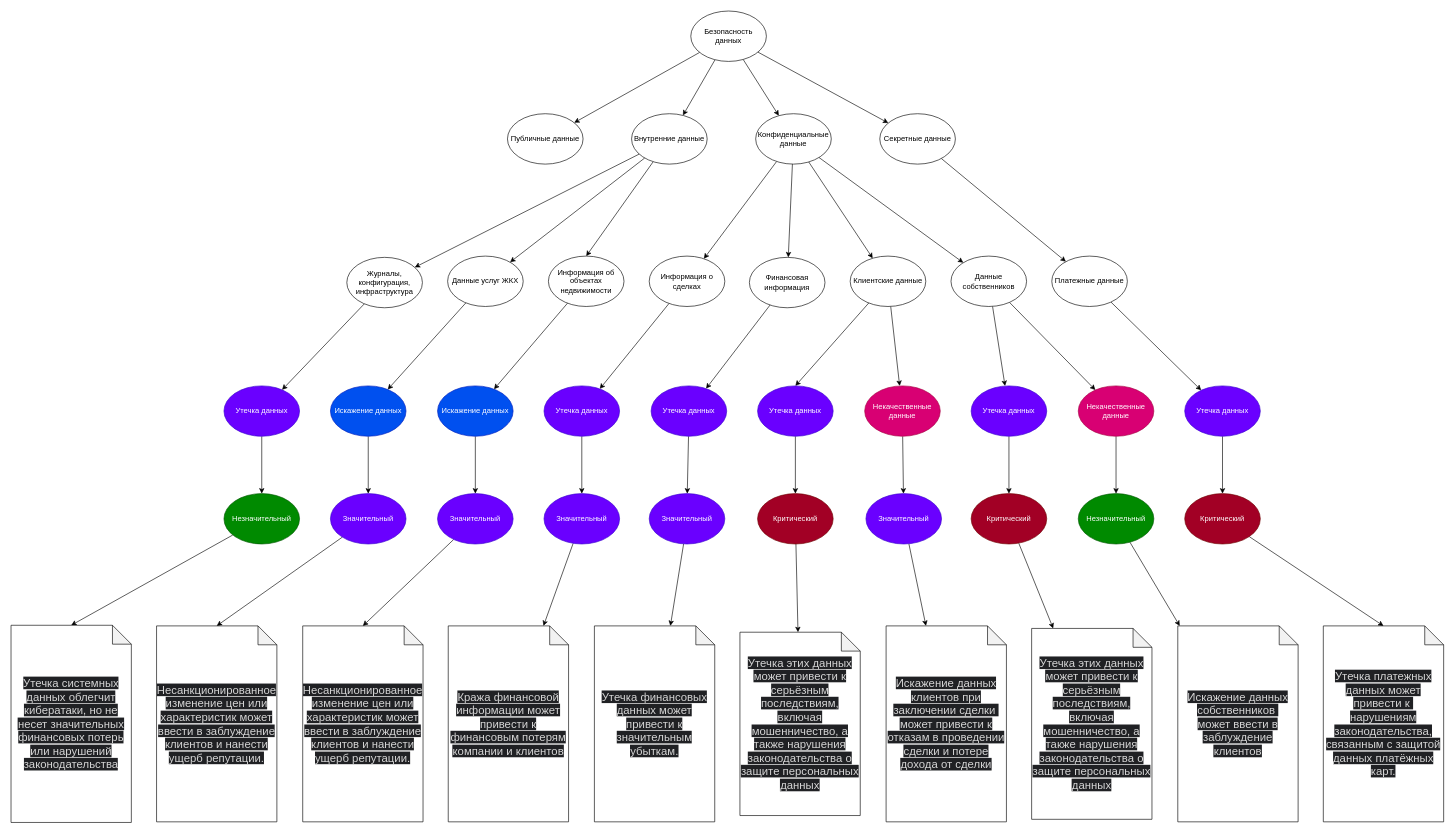
d-dmitriev/architecture-sprint-7 keeps this draw.io diagram as Exc1/mindmap.drawio. Above is the earlier version. Source tidied: cells renumbered, new cells numbered last; positions are measured from the earlier drawing's top-left corner, leaving out a move shared by most shapes. Both pictures are drawn from the tidied source at 63%, with x=0, y=0 at pixel (11, 11).
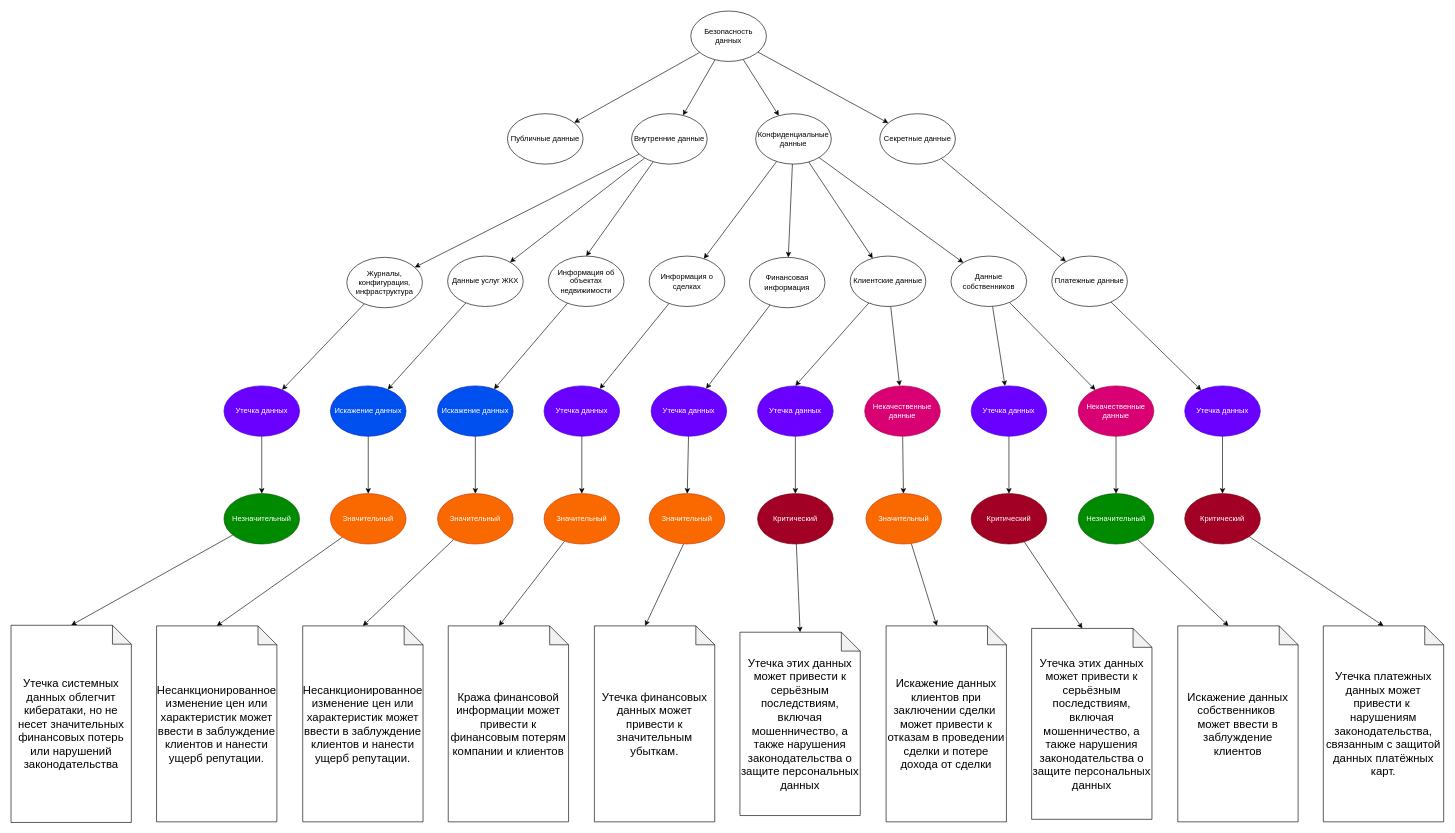
The same page after the edit.

The change refers to these unchanged cells:
```xml
<mxCell id="61" value="Незначительный" style="ellipse;whiteSpace=wrap;html=1;fillColor=#008a00;fontColor=#ffffff;strokeColor=#005700;" parent="1" vertex="1">
  <mxGeometry x="1694" y="766" width="120" height="80" as="geometry" />
</mxCell>
<mxCell id="71" value="Критический" style="ellipse;whiteSpace=wrap;html=1;fillColor=#a20025;fontColor=#ffffff;strokeColor=#6F0000;" parent="1" vertex="1">
  <mxGeometry x="1524" y="766" width="120" height="80" as="geometry" />
</mxCell>
<mxCell id="73" value="Критический" style="ellipse;whiteSpace=wrap;html=1;fillColor=#a20025;fontColor=#ffffff;strokeColor=#6F0000;" parent="1" vertex="1">
  <mxGeometry x="1185" y="766" width="120" height="80" as="geometry" />
</mxCell>
```

What changed in the source:
```diff
@@
-    <mxCell id="57" style="rounded=0;jettySize=auto;html=1;" parent="1" edge="1" source="58" target="82">
+    <mxCell id="57" style="rounded=0;jettySize=auto;html=1;entryX=0;entryY=0;entryDx=80.5;entryDy=0;entryPerimeter=0;" parent="1" edge="1" source="58" target="82">
       <mxGeometry relative="1" as="geometry" />
     </mxCell>
-    <mxCell id="58" value="Значительный" style="ellipse;whiteSpace=wrap;html=1;fillColor=#6a00ff;fontColor=#ffffff;strokeColor=#3700CC;" parent="1" vertex="1">
+    <mxCell id="58" value="Значительный" style="ellipse;whiteSpace=wrap;html=1;fillColor=#fa6800;fontColor=#FFFFFF;strokeColor=#C73500;" parent="1" vertex="1">
       <mxGeometry x="1357" y="766" width="120" height="80" as="geometry" />
     </mxCell>
-    <mxCell id="59" style="rounded=0;jettySize=auto;html=1;" parent="1" edge="1" target="80">
+    <mxCell id="59" style="rounded=0;jettySize=auto;html=1;entryX=0;entryY=0;entryDx=80.5;entryDy=0;entryPerimeter=0;" parent="1" edge="1" target="80">
       <mxGeometry relative="1" as="geometry">
         <mxPoint x="1067.6" y="845.8" as="sourcePoint" />
       </mxGeometry>
     </mxCell>
-    <mxCell id="60" style="rounded=0;jettySize=auto;html=1;" parent="1" edge="1" source="61" target="81">
+    <mxCell id="60" style="rounded=0;jettySize=auto;html=1;entryX=0;entryY=0;entryDx=80.5;entryDy=0;entryPerimeter=0;" parent="1" edge="1" source="61" target="81">
       <mxGeometry relative="1" as="geometry" />
     </mxCell>
@@
-    <mxCell id="65" value="Значительный" style="ellipse;whiteSpace=wrap;html=1;fillColor=#6a00ff;fontColor=#ffffff;strokeColor=#3700CC;" parent="1" vertex="1">
+    <mxCell id="65" value="Значительный" style="ellipse;whiteSpace=wrap;html=1;fillColor=#fa6800;fontColor=#FFFFFF;strokeColor=#C73500;" parent="1" vertex="1">
       <mxGeometry x="507" y="766" width="120" height="80" as="geometry" />
     </mxCell>
@@
-    <mxCell id="67" value="Значительный" style="ellipse;whiteSpace=wrap;html=1;fillColor=#6a00ff;fontColor=#ffffff;strokeColor=#3700CC;" parent="1" vertex="1">
+    <mxCell id="67" value="Значительный" style="ellipse;whiteSpace=wrap;html=1;fillColor=#fa6800;fontColor=#FFFFFF;strokeColor=#C73500;" parent="1" vertex="1">
       <mxGeometry x="677" y="766" width="120" height="80" as="geometry" />
     </mxCell>
@@
-    <mxCell id="70" style="rounded=0;jettySize=auto;html=1;" parent="1" edge="1" source="71" target="77">
+    <mxCell id="70" style="rounded=0;jettySize=auto;html=1;entryX=0;entryY=0;entryDx=80.5;entryDy=0;entryPerimeter=0;" parent="1" edge="1" source="71" target="77">
       <mxGeometry relative="1" as="geometry" />
     </mxCell>
@@
-    <mxCell id="72" style="rounded=0;jettySize=auto;html=1;" parent="1" edge="1" source="73" target="78">
+    <mxCell id="72" style="rounded=0;jettySize=auto;html=1;entryX=0.5;entryY=0;entryDx=0;entryDy=0;entryPerimeter=0;" parent="1" edge="1" source="73" target="78">
       <mxGeometry relative="1" as="geometry" />
     </mxCell>
@@
-    <mxCell id="74" style="rounded=0;jettySize=auto;html=1;" parent="1" edge="1" source="75" target="83">
+    <mxCell id="74" style="rounded=0;jettySize=auto;html=1;entryX=0;entryY=0;entryDx=80.5;entryDy=0;entryPerimeter=0;" parent="1" edge="1" source="75" target="83">
       <mxGeometry relative="1" as="geometry" />
     </mxCell>
-    <mxCell id="75" value="Значительный" style="ellipse;whiteSpace=wrap;html=1;fillColor=#6a00ff;fontColor=#ffffff;strokeColor=#3700CC;" parent="1" vertex="1">
+    <mxCell id="75" value="Значительный" style="ellipse;whiteSpace=wrap;html=1;fillColor=#fa6800;fontColor=#FFFFFF;strokeColor=#C73500;" parent="1" vertex="1">
       <mxGeometry x="846" y="766" width="120" height="80" as="geometry" />
     </mxCell>
-    <mxCell id="76" value="&lt;span style=&quot;color: rgb(214, 214, 214); font-family: &amp;quot;YS Text&amp;quot;, sans-serif; font-size: 18px; text-align: left; white-space-collapse: preserve-breaks; background-color: rgb(32, 33, 36);&quot;&gt;Утечка системных данных облегчит кибератаки, но не несет значительных финансовых потерь или нарушений законодательства&lt;/span&gt;" style="shape=note;whiteSpace=wrap;html=1;backgroundOutline=1;darkOpacity=0.05;" parent="1" vertex="1">
+    <mxCell id="76" value="&lt;span style=&quot;font-family: &amp;quot;YS Text&amp;quot;, sans-serif; font-size: 18px; text-align: left; white-space-collapse: preserve-breaks;&quot;&gt;Утечка системных данных облегчит кибератаки, но не несет значительных финансовых потерь или нарушений законодательства&lt;/span&gt;" style="shape=note;whiteSpace=wrap;html=1;backgroundOutline=1;darkOpacity=0.05;fillColor=default;" parent="1" vertex="1">
       <mxGeometry y="975" width="191" height="313" as="geometry" />
     </mxCell>
-    <mxCell id="77" value="&lt;span style=&quot;color: rgb(214, 214, 214); font-family: &amp;quot;YS Text&amp;quot;, sans-serif; font-size: 18px; text-align: left; white-space-collapse: preserve-breaks; background-color: rgb(32, 33, 36);&quot;&gt;Утечка этих данных может привести к серьёзным последствиям, включая мошенничество, а также нарушения законодательства о защите персональных данных&lt;/span&gt;" style="shape=note;whiteSpace=wrap;html=1;backgroundOutline=1;darkOpacity=0.05;" parent="1" vertex="1">
+    <mxCell id="77" value="&lt;span style=&quot;font-family: &amp;quot;YS Text&amp;quot;, sans-serif; font-size: 18px; text-align: left; white-space-collapse: preserve-breaks;&quot;&gt;Утечка этих данных может привести к серьёзным последствиям, включая мошенничество, а также нарушения законодательства о защите персональных данных&lt;/span&gt;" style="shape=note;whiteSpace=wrap;html=1;backgroundOutline=1;darkOpacity=0.05;" parent="1" vertex="1">
       <mxGeometry x="1620" y="980" width="191" height="303" as="geometry" />
     </mxCell>
-    <mxCell id="78" value="&lt;span style=&quot;color: rgb(214, 214, 214); font-family: &amp;quot;YS Text&amp;quot;, sans-serif; font-size: 18px; text-align: left; white-space-collapse: preserve-breaks; background-color: rgb(32, 33, 36);&quot;&gt;Утечка этих данных может привести к серьёзным последствиям, включая мошенничество, а также нарушения законодательства о защите персональных данных&lt;/span&gt;" style="shape=note;whiteSpace=wrap;html=1;backgroundOutline=1;darkOpacity=0.05;" parent="1" vertex="1">
+    <mxCell id="78" value="&lt;span style=&quot;font-family: &amp;quot;YS Text&amp;quot;, sans-serif; font-size: 18px; text-align: left; white-space-collapse: preserve-breaks;&quot;&gt;Утечка этих данных может привести к серьёзным последствиям, включая мошенничество, а также нарушения законодательства о защите персональных данных&lt;/span&gt;" style="shape=note;whiteSpace=wrap;html=1;backgroundOutline=1;darkOpacity=0.05;" parent="1" vertex="1">
       <mxGeometry x="1157" y="986" width="191" height="291" as="geometry" />
     </mxCell>
-    <mxCell id="79" value="&lt;span style=&quot;color: rgb(214, 214, 214); font-family: &amp;quot;YS Text&amp;quot;, sans-serif; font-size: 18px; font-style: normal; font-variant-ligatures: normal; font-variant-caps: normal; font-weight: 400; letter-spacing: normal; orphans: 2; text-align: left; text-indent: 0px; text-transform: none; widows: 2; word-spacing: 0px; -webkit-text-stroke-width: 0px; white-space: pre-line; background-color: rgb(32, 33, 36); text-decoration-thickness: initial; text-decoration-style: initial; text-decoration-color: initial; display: inline !important; float: none;&quot;&gt;Утечка платежных данных может привести к&amp;nbsp; нарушениям законодательства, связанным с защитой данных платёжных карт.&lt;/span&gt;" style="shape=note;whiteSpace=wrap;html=1;backgroundOutline=1;darkOpacity=0.05;" parent="1" vertex="1">
+    <mxCell id="79" value="&lt;span style=&quot;font-family: &amp;quot;YS Text&amp;quot;, sans-serif; font-size: 18px; font-style: normal; font-variant-ligatures: normal; font-variant-caps: normal; font-weight: 400; letter-spacing: normal; orphans: 2; text-align: left; text-indent: 0px; text-transform: none; widows: 2; word-spacing: 0px; -webkit-text-stroke-width: 0px; white-space: pre-line; text-decoration-thickness: initial; text-decoration-style: initial; text-decoration-color: initial; float: none; display: inline !important;&quot;&gt;Утечка платежных данных может привести к&amp;nbsp; нарушениям законодательства, связанным с защитой данных платёжных карт.&lt;/span&gt;" style="shape=note;whiteSpace=wrap;html=1;backgroundOutline=1;darkOpacity=0.05;" parent="1" vertex="1">
       <mxGeometry x="2083" y="976" width="191" height="311" as="geometry" />
     </mxCell>
-    <mxCell id="80" value="&lt;span style=&quot;color: rgb(214, 214, 214); font-family: &amp;quot;YS Text&amp;quot;, sans-serif; font-size: 18px; font-style: normal; font-variant-ligatures: normal; font-variant-caps: normal; font-weight: 400; letter-spacing: normal; orphans: 2; text-align: left; text-indent: 0px; text-transform: none; widows: 2; word-spacing: 0px; -webkit-text-stroke-width: 0px; white-space: pre-line; background-color: rgb(32, 33, 36); text-decoration-thickness: initial; text-decoration-style: initial; text-decoration-color: initial; display: inline !important; float: none;&quot;&gt;Утечка финансовых данных может привести к значительным убыткам.&lt;/span&gt;" style="shape=note;whiteSpace=wrap;html=1;backgroundOutline=1;darkOpacity=0.05;" parent="1" vertex="1">
+    <mxCell id="80" value="&lt;span style=&quot;font-family: &amp;quot;YS Text&amp;quot;, sans-serif; font-size: 18px; font-style: normal; font-variant-ligatures: normal; font-variant-caps: normal; font-weight: 400; letter-spacing: normal; orphans: 2; text-align: left; text-indent: 0px; text-transform: none; widows: 2; word-spacing: 0px; -webkit-text-stroke-width: 0px; white-space: pre-line; text-decoration-thickness: initial; text-decoration-style: initial; text-decoration-color: initial; float: none; display: inline !important;&quot;&gt;Утечка финансовых данных может привести к значительным убыткам.&lt;/span&gt;" style="shape=note;whiteSpace=wrap;html=1;backgroundOutline=1;darkOpacity=0.05;" parent="1" vertex="1">
       <mxGeometry x="926" y="976" width="191" height="311" as="geometry" />
     </mxCell>
-    <mxCell id="81" value="&lt;span style=&quot;color: rgb(214, 214, 214); font-family: &amp;quot;YS Text&amp;quot;, sans-serif; font-size: 18px; font-style: normal; font-variant-ligatures: normal; font-variant-caps: normal; font-weight: 400; letter-spacing: normal; orphans: 2; text-align: left; text-indent: 0px; text-transform: none; widows: 2; word-spacing: 0px; -webkit-text-stroke-width: 0px; white-space: pre-line; background-color: rgb(32, 33, 36); text-decoration-thickness: initial; text-decoration-style: initial; text-decoration-color: initial; display: inline !important; float: none;&quot;&gt;Искажение данных собственников&amp;nbsp;&lt;/span&gt;&lt;div&gt;&lt;span style=&quot;color: rgb(214, 214, 214); font-family: &amp;quot;YS Text&amp;quot;, sans-serif; font-size: 18px; font-style: normal; font-variant-ligatures: normal; font-variant-caps: normal; font-weight: 400; letter-spacing: normal; orphans: 2; text-align: left; text-indent: 0px; text-transform: none; widows: 2; word-spacing: 0px; -webkit-text-stroke-width: 0px; white-space: pre-line; background-color: rgb(32, 33, 36); text-decoration-thickness: initial; text-decoration-style: initial; text-decoration-color: initial; display: inline !important; float: none;&quot;&gt;может ввести в заблуждение клиентов&lt;/span&gt;&lt;/div&gt;" style="shape=note;whiteSpace=wrap;html=1;backgroundOutline=1;darkOpacity=0.05;" parent="1" vertex="1">
+    <mxCell id="81" value="&lt;span style=&quot;font-family: &amp;quot;YS Text&amp;quot;, sans-serif; font-size: 18px; font-style: normal; font-variant-ligatures: normal; font-variant-caps: normal; font-weight: 400; letter-spacing: normal; orphans: 2; text-align: left; text-indent: 0px; text-transform: none; widows: 2; word-spacing: 0px; -webkit-text-stroke-width: 0px; white-space: pre-line; text-decoration-thickness: initial; text-decoration-style: initial; text-decoration-color: initial; float: none; display: inline !important;&quot;&gt;Искажение данных собственников&amp;nbsp;&lt;/span&gt;&lt;div&gt;&lt;span style=&quot;font-family: &amp;quot;YS Text&amp;quot;, sans-serif; font-size: 18px; font-style: normal; font-variant-ligatures: normal; font-variant-caps: normal; font-weight: 400; letter-spacing: normal; orphans: 2; text-align: left; text-indent: 0px; text-transform: none; widows: 2; word-spacing: 0px; -webkit-text-stroke-width: 0px; white-space: pre-line; text-decoration-thickness: initial; text-decoration-style: initial; text-decoration-color: initial; float: none; display: inline !important;&quot;&gt;может ввести в заблуждение клиентов&lt;/span&gt;&lt;/div&gt;" style="shape=note;whiteSpace=wrap;html=1;backgroundOutline=1;darkOpacity=0.05;" parent="1" vertex="1">
       <mxGeometry x="1852" y="976" width="191" height="311" as="geometry" />
     </mxCell>
-    <mxCell id="82" value="&lt;span style=&quot;color: rgb(214, 214, 214); font-family: &amp;quot;YS Text&amp;quot;, sans-serif; font-size: 18px; font-style: normal; font-variant-ligatures: normal; font-variant-caps: normal; font-weight: 400; letter-spacing: normal; orphans: 2; text-align: left; text-indent: 0px; text-transform: none; widows: 2; word-spacing: 0px; -webkit-text-stroke-width: 0px; white-space: pre-line; background-color: rgb(32, 33, 36); text-decoration-thickness: initial; text-decoration-style: initial; text-decoration-color: initial; display: inline !important; float: none;&quot;&gt;Искажение данных клиентов при заключении сделки&amp;nbsp;&lt;/span&gt;&lt;div&gt;&lt;span style=&quot;color: rgb(214, 214, 214); font-family: &amp;quot;YS Text&amp;quot;, sans-serif; font-size: 18px; font-style: normal; font-variant-ligatures: normal; font-variant-caps: normal; font-weight: 400; letter-spacing: normal; orphans: 2; text-align: left; text-indent: 0px; text-transform: none; widows: 2; word-spacing: 0px; -webkit-text-stroke-width: 0px; white-space: pre-line; background-color: rgb(32, 33, 36); text-decoration-thickness: initial; text-decoration-style: initial; text-decoration-color: initial; display: inline !important; float: none;&quot;&gt;может привести к отказам в проведении сделки и потере дохода от сделки&lt;/span&gt;&lt;/div&gt;" style="shape=note;whiteSpace=wrap;html=1;backgroundOutline=1;darkOpacity=0.05;" parent="1" vertex="1">
+    <mxCell id="82" value="&lt;span style=&quot;font-family: &amp;quot;YS Text&amp;quot;, sans-serif; font-size: 18px; font-style: normal; font-variant-ligatures: normal; font-variant-caps: normal; font-weight: 400; letter-spacing: normal; orphans: 2; text-align: left; text-indent: 0px; text-transform: none; widows: 2; word-spacing: 0px; -webkit-text-stroke-width: 0px; white-space: pre-line; text-decoration-thickness: initial; text-decoration-style: initial; text-decoration-color: initial; float: none; display: inline !important;&quot;&gt;Искажение данных клиентов при заключении сделки&amp;nbsp;&lt;/span&gt;&lt;div&gt;&lt;span style=&quot;font-family: &amp;quot;YS Text&amp;quot;, sans-serif; font-size: 18px; font-style: normal; font-variant-ligatures: normal; font-variant-caps: normal; font-weight: 400; letter-spacing: normal; orphans: 2; text-align: left; text-indent: 0px; text-transform: none; widows: 2; word-spacing: 0px; -webkit-text-stroke-width: 0px; white-space: pre-line; text-decoration-thickness: initial; text-decoration-style: initial; text-decoration-color: initial; float: none; display: inline !important;&quot;&gt;может привести к отказам в проведении сделки и потере дохода от сделки&lt;/span&gt;&lt;/div&gt;" style="shape=note;whiteSpace=wrap;html=1;backgroundOutline=1;darkOpacity=0.05;" parent="1" vertex="1">
       <mxGeometry x="1389" y="976" width="191" height="311" as="geometry" />
     </mxCell>
-    <mxCell id="83" value="&lt;span style=&quot;color: rgb(214, 214, 214); font-family: &amp;quot;YS Text&amp;quot;, sans-serif; font-size: 18px; text-align: left; white-space-collapse: preserve-breaks; background-color: rgb(32, 33, 36);&quot;&gt;Кража финансовой информации может привести к финансовым потерям компании и клиентов&lt;/span&gt;" style="shape=note;whiteSpace=wrap;html=1;backgroundOutline=1;darkOpacity=0.05;" parent="1" vertex="1">
+    <mxCell id="83" value="&lt;span style=&quot;font-family: &amp;quot;YS Text&amp;quot;, sans-serif; font-size: 18px; text-align: left; white-space-collapse: preserve-breaks;&quot;&gt;Кража финансовой информации может привести к финансовым потерям компании и клиентов&lt;/span&gt;" style="shape=note;whiteSpace=wrap;html=1;backgroundOutline=1;darkOpacity=0.05;" parent="1" vertex="1">
       <mxGeometry x="694" y="976" width="191" height="311" as="geometry" />
     </mxCell>
-    <mxCell id="84" value="&lt;span style=&quot;color: rgb(214, 214, 214); font-family: &amp;quot;YS Text&amp;quot;, sans-serif; font-size: 18px; text-align: left; white-space-collapse: preserve-breaks; background-color: rgb(32, 33, 36);&quot;&gt;Несанкционированное изменение цен или характеристик может ввести в заблуждение клиентов и нанести ущерб репутации.&lt;/span&gt;" style="shape=note;whiteSpace=wrap;html=1;backgroundOutline=1;darkOpacity=0.05;" parent="1" vertex="1">
+    <mxCell id="84" value="&lt;span style=&quot;font-family: &amp;quot;YS Text&amp;quot;, sans-serif; font-size: 18px; text-align: left; white-space-collapse: preserve-breaks;&quot;&gt;Несанкционированное изменение цен или характеристик может ввести в заблуждение клиентов и нанести ущерб репутации.&lt;/span&gt;" style="shape=note;whiteSpace=wrap;html=1;backgroundOutline=1;darkOpacity=0.05;" parent="1" vertex="1">
       <mxGeometry x="231" y="976" width="191" height="311" as="geometry" />
     </mxCell>
-    <mxCell id="85" value="&lt;span style=&quot;color: rgb(214, 214, 214); font-family: &amp;quot;YS Text&amp;quot;, sans-serif; font-size: 18px; text-align: left; white-space-collapse: preserve-breaks; background-color: rgb(32, 33, 36);&quot;&gt;Несанкционированное изменение цен или характеристик может ввести в заблуждение клиентов и нанести ущерб репутации.&lt;/span&gt;" style="shape=note;whiteSpace=wrap;html=1;backgroundOutline=1;darkOpacity=0.05;" parent="1" vertex="1">
+    <mxCell id="85" value="&lt;span style=&quot;font-family: &amp;quot;YS Text&amp;quot;, sans-serif; font-size: 18px; text-align: left; white-space-collapse: preserve-breaks;&quot;&gt;Несанкционированное изменение цен или характеристик может ввести в заблуждение клиентов и нанести ущерб репутации.&lt;/span&gt;" style="shape=note;whiteSpace=wrap;html=1;backgroundOutline=1;darkOpacity=0.05;" parent="1" vertex="1">
       <mxGeometry x="463" y="976" width="191" height="311" as="geometry" />
     </mxCell>
-    <mxCell id="86" value="Значительный" style="ellipse;whiteSpace=wrap;html=1;fillColor=#6a00ff;fontColor=#ffffff;strokeColor=#3700CC;" parent="1" vertex="1">
+    <mxCell id="86" value="Значительный" style="ellipse;whiteSpace=wrap;html=1;fillColor=#fa6800;fontColor=#FFFFFF;strokeColor=#C73500;" parent="1" vertex="1">
       <mxGeometry x="1013" y="766" width="120" height="80" as="geometry" />
     </mxCell>
```
